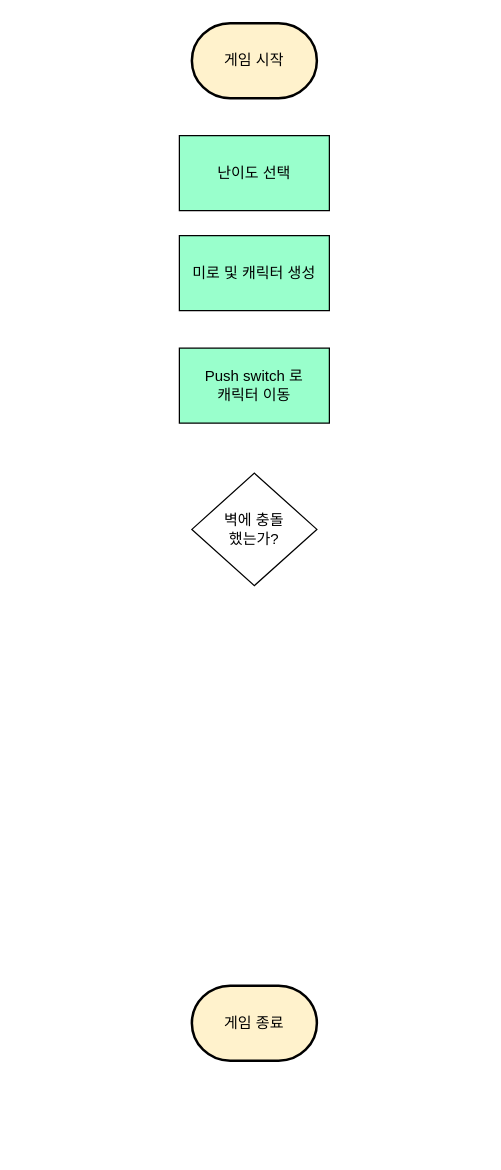
tmdghks00/IOT_Programming keeps this draw.io diagram as 미로탈출 게임 다이어그램.drawio. Above is the earlier version. Source tidied: cells renumbered, new cells numbered last; positions are measured from the earlier drawing's top-left corner, leaving out a move shared by most shapes. Both pictures are drawn from the tidied source at 125%, with x=0, y=0 at pixel (179, 22).
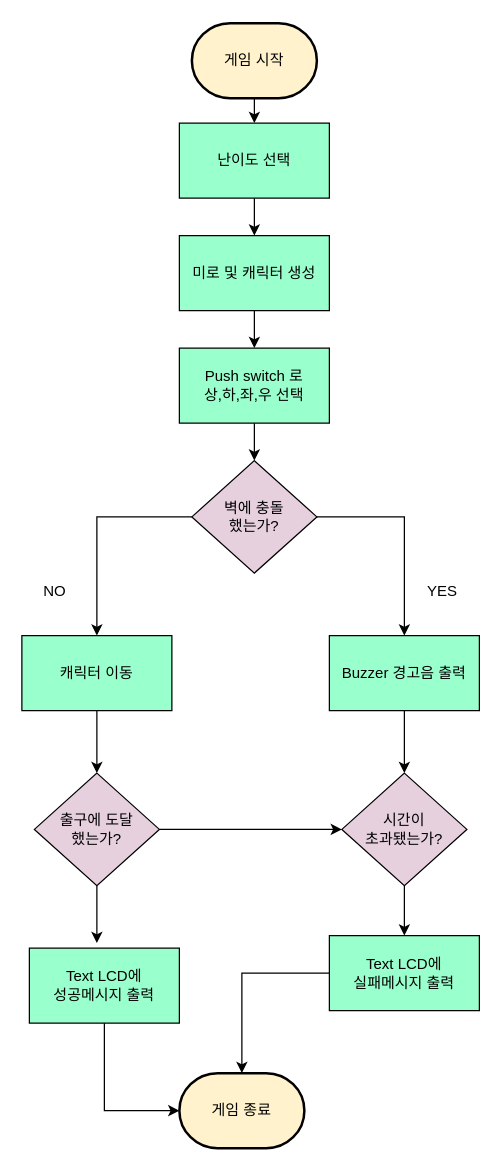
The same page after the edit.

Commit message:
미로탈출 게임 다이어그램.drawio 업데이트

The change refers to these unchanged cells:
```xml
<mxCell id="2" value="게임 시작" style="strokeWidth=2;html=1;shape=mxgraph.flowchart.terminator;whiteSpace=wrap;fillColor=#FFF2CC;" parent="1" vertex="1">
  <mxGeometry x="10" width="100" height="60" as="geometry" />
</mxCell>
<mxCell id="4" value="미로 및 캐릭터 생성" style="rounded=0;whiteSpace=wrap;html=1;fillColor=#99FFCC;" parent="1" vertex="1">
  <mxGeometry y="170" width="120" height="60" as="geometry" />
</mxCell>
```

What changed in the source:
```diff
@@
+    <mxCell id="8" style="edgeStyle=orthogonalEdgeStyle;rounded=0;jettySize=auto;html=1;exitX=0.5;exitY=1;exitDx=0;exitDy=0;exitPerimeter=0;entryX=0.5;entryY=0;entryDx=0;entryDy=0;" parent="1" edge="1" source="2" target="6">
+      <mxGeometry relative="1" as="geometry" />
+    </mxCell>
@@
     <mxCell id="3" value="게임 종료" style="strokeWidth=2;html=1;shape=mxgraph.flowchart.terminator;whiteSpace=wrap;fillColor=#FFF2CC;" parent="1" vertex="1">
-      <mxGeometry x="10" y="770" width="100" height="60" as="geometry" />
+      <mxGeometry y="840" width="100" height="60" as="geometry" />
     </mxCell>
+    <mxCell id="9" style="edgeStyle=orthogonalEdgeStyle;rounded=0;jettySize=auto;html=1;entryX=0.5;entryY=0;entryDx=0;entryDy=0;" parent="1" edge="1" source="4" target="5">
+      <mxGeometry relative="1" as="geometry" />
+    </mxCell>
@@
+    <mxCell id="10" style="edgeStyle=orthogonalEdgeStyle;rounded=0;jettySize=auto;html=1;entryX=0.5;entryY=0;entryDx=0;entryDy=0;" parent="1" edge="1" source="5" target="7">
+      <mxGeometry relative="1" as="geometry" />
+    </mxCell>
-    <mxCell id="5" value="Push switch 로 &lt;br&gt;캐릭터 이동" style="rounded=0;whiteSpace=wrap;html=1;fillColor=#99FFCC;" parent="1" vertex="1">
+    <mxCell id="5" value="Push switch 로&lt;br&gt;상,하,좌,우 선택" style="rounded=0;whiteSpace=wrap;html=1;fillColor=#99FFCC;" parent="1" vertex="1">
       <mxGeometry y="260" width="120" height="60" as="geometry" />
     </mxCell>
+    <mxCell id="11" style="edgeStyle=orthogonalEdgeStyle;rounded=0;jettySize=auto;html=1;entryX=0.5;entryY=0;entryDx=0;entryDy=0;" parent="1" edge="1" source="6" target="4">
+      <mxGeometry relative="1" as="geometry" />
+    </mxCell>
     <mxCell id="6" value="난이도 선택" style="rounded=0;whiteSpace=wrap;html=1;fillColor=#99FFCC;" parent="1" vertex="1">
-      <mxGeometry y="90" width="120" height="60" as="geometry" />
+      <mxGeometry y="80" width="120" height="60" as="geometry" />
     </mxCell>
+    <mxCell id="12" style="edgeStyle=orthogonalEdgeStyle;rounded=0;jettySize=auto;html=1;entryX=0.5;entryY=0;entryDx=0;entryDy=0;" parent="1" edge="1" source="7" target="21">
+      <mxGeometry relative="1" as="geometry" />
+    </mxCell>
+    <mxCell id="13" style="edgeStyle=orthogonalEdgeStyle;rounded=0;jettySize=auto;html=1;" parent="1" edge="1" source="7" target="19">
+      <mxGeometry relative="1" as="geometry" />
+    </mxCell>
-    <mxCell id="7" value="벽에 충돌 &lt;br&gt;했는가?" style="rhombus;whiteSpace=wrap;html=1;" parent="1" vertex="1">
-      <mxGeometry x="10" y="360" width="100" height="90" as="geometry" />
+    <mxCell id="7" value="벽에 충돌 &lt;br&gt;했는가?" style="rhombus;whiteSpace=wrap;html=1;fillColor=#E6D0DE;" parent="1" vertex="1">
+      <mxGeometry x="10" y="350" width="100" height="90" as="geometry" />
     </mxCell>
+    <mxCell id="14" style="edgeStyle=orthogonalEdgeStyle;rounded=0;jettySize=auto;html=1;entryX=0;entryY=0.5;entryDx=0;entryDy=0;" parent="1" edge="1" source="15" target="17">
+      <mxGeometry relative="1" as="geometry" />
+    </mxCell>
+    <mxCell id="15" value="출구에 도달 &lt;br&gt;했는가?" style="rhombus;whiteSpace=wrap;html=1;fillColor=#E6D0DE;" parent="1" vertex="1">
+      <mxGeometry x="-116" y="600" width="100" height="90" as="geometry" />
+    </mxCell>
+    <mxCell id="16" style="edgeStyle=orthogonalEdgeStyle;rounded=0;jettySize=auto;html=1;entryX=0.5;entryY=0;entryDx=0;entryDy=0;" parent="1" edge="1" source="17" target="22">
+      <mxGeometry relative="1" as="geometry" />
+    </mxCell>
+    <mxCell id="17" value="시간이 &lt;br&gt;초과됐는가?" style="rhombus;whiteSpace=wrap;html=1;fillColor=#E6D0DE;" parent="1" vertex="1">
+      <mxGeometry x="130" y="600" width="100" height="90" as="geometry" />
+    </mxCell>
+    <mxCell id="18" style="edgeStyle=orthogonalEdgeStyle;rounded=0;jettySize=auto;html=1;entryX=0.5;entryY=0;entryDx=0;entryDy=0;" parent="1" edge="1" source="19" target="17">
+      <mxGeometry relative="1" as="geometry" />
+    </mxCell>
+    <mxCell id="19" value="Buzzer 경고음 출력" style="rounded=0;whiteSpace=wrap;html=1;fillColor=#99FFCC;" parent="1" vertex="1">
+      <mxGeometry x="120" y="490" width="120" height="60" as="geometry" />
+    </mxCell>
+    <mxCell id="20" style="edgeStyle=orthogonalEdgeStyle;rounded=0;jettySize=auto;html=1;entryX=0.5;entryY=0;entryDx=0;entryDy=0;" parent="1" edge="1" source="21" target="15">
+      <mxGeometry relative="1" as="geometry" />
+    </mxCell>
+    <mxCell id="21" value="캐릭터 이동" style="rounded=0;whiteSpace=wrap;html=1;fillColor=#99FFCC;" parent="1" vertex="1">
+      <mxGeometry x="-126" y="490" width="120" height="60" as="geometry" />
+    </mxCell>
+    <mxCell id="22" value="Text LCD에&lt;br&gt;실패메시지 출력" style="rounded=0;whiteSpace=wrap;html=1;fillColor=#99FFCC;" parent="1" vertex="1">
+      <mxGeometry x="120" y="730" width="120" height="60" as="geometry" />
+    </mxCell>
+    <mxCell id="23" value="Text LCD에 &lt;br&gt;성공메시지 출력" style="rounded=0;whiteSpace=wrap;html=1;fillColor=#99FFCC;" parent="1" vertex="1">
+      <mxGeometry x="-120" y="740" width="120" height="60" as="geometry" />
+    </mxCell>
+    <mxCell id="24" value="NO" style="text;html=1;align=center;verticalAlign=middle;strokeColor=none;fillColor=none;" parent="1" vertex="1">
+      <mxGeometry x="-120" y="440" width="40" height="30" as="geometry" />
+    </mxCell>
+    <mxCell id="25" value="YES" style="text;html=1;align=center;verticalAlign=middle;strokeColor=none;fillColor=none;" parent="1" vertex="1">
+      <mxGeometry x="185" y="440" width="50" height="30" as="geometry" />
+    </mxCell>
+    <mxCell id="26" style="edgeStyle=orthogonalEdgeStyle;rounded=0;jettySize=auto;html=1;entryX=0.45;entryY=-0.067;entryDx=0;entryDy=0;entryPerimeter=0;" parent="1" edge="1" source="15" target="23">
+      <mxGeometry relative="1" as="geometry" />
+    </mxCell>
+    <mxCell id="27" style="edgeStyle=orthogonalEdgeStyle;rounded=0;jettySize=auto;html=1;entryX=0.5;entryY=0;entryDx=0;entryDy=0;entryPerimeter=0;" parent="1" edge="1" source="22" target="3">
+      <mxGeometry relative="1" as="geometry" />
+    </mxCell>
+    <mxCell id="28" style="edgeStyle=orthogonalEdgeStyle;rounded=0;jettySize=auto;html=1;entryX=0;entryY=0.5;entryDx=0;entryDy=0;entryPerimeter=0;" parent="1" edge="1" source="23" target="3">
+      <mxGeometry relative="1" as="geometry" />
+    </mxCell>
```
